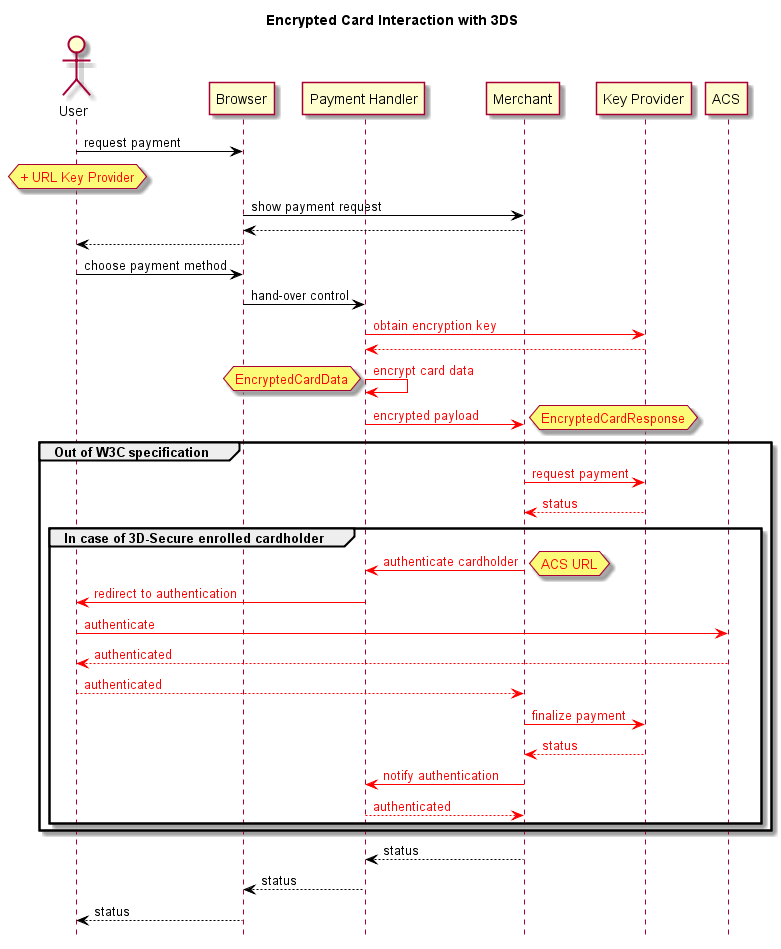
This is sequence-diagram.png from lyra-labs/poc-w3c-webpayments, a PlantUML export, as it was before one commit.
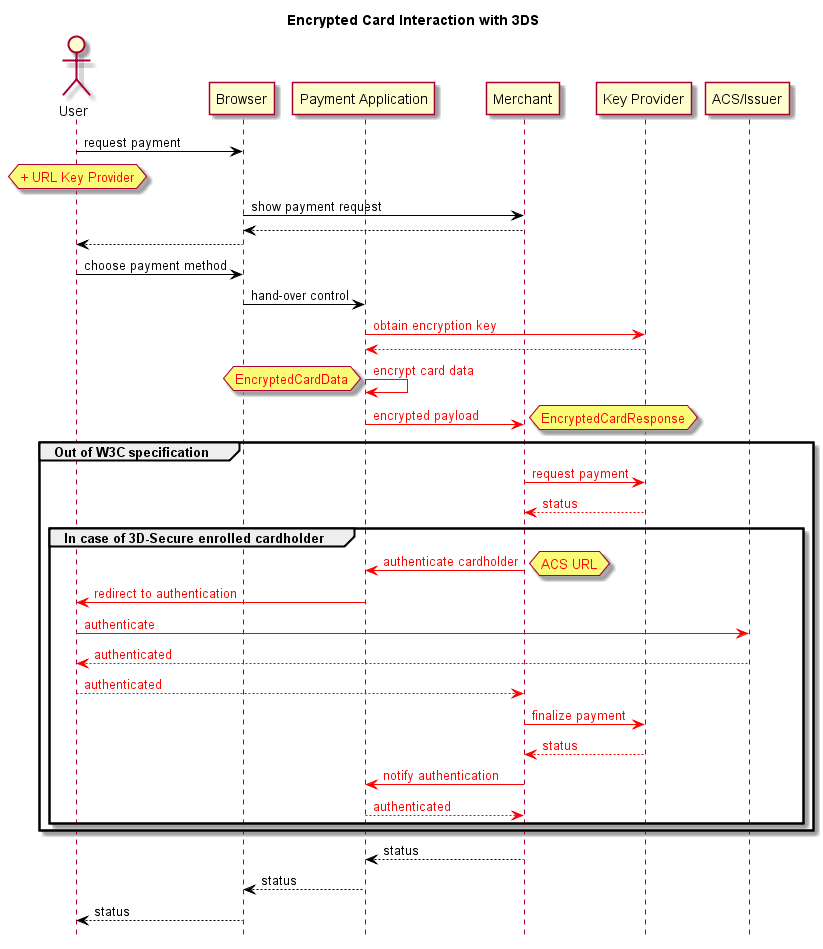
Above is the later version.

The edit, as a diff of the source:
```diff
@@ -8,10 +8,10 @@
 
 actor "User" as A
 participant "Browser" as B
-participant "Payment Handler" as C
+participant "Payment Application" as C
 participant "Merchant" as D
 participant "Key Provider" as E
-participant "ACS" as G
+participant "ACS/Issuer" as F
 
 A -> B : request payment
 hnote over A : <color #red>+ URL Key Provider</color>
@@ -35,8 +35,8 @@
 D -[#red]> C : <color #red>authenticate cardholder</color>
 hnote right : <color #red>ACS URL</color>
 C -[#red]> A : <color #red>redirect to authentication</color>
-A -[#red]> G : <color #red>authenticate</color>
-G --[#red]> A: <color #red>authenticated</color>
+A -[#red]> F : <color #red>authenticate</color>
+F --[#red]> A: <color #red>authenticated</color>
 A --[#red]> D: <color #red>authenticated</color>
 D -[#red]> E : <color #red>finalize payment</color>
 E --[#red]> D : <color #red>status</color>
```
